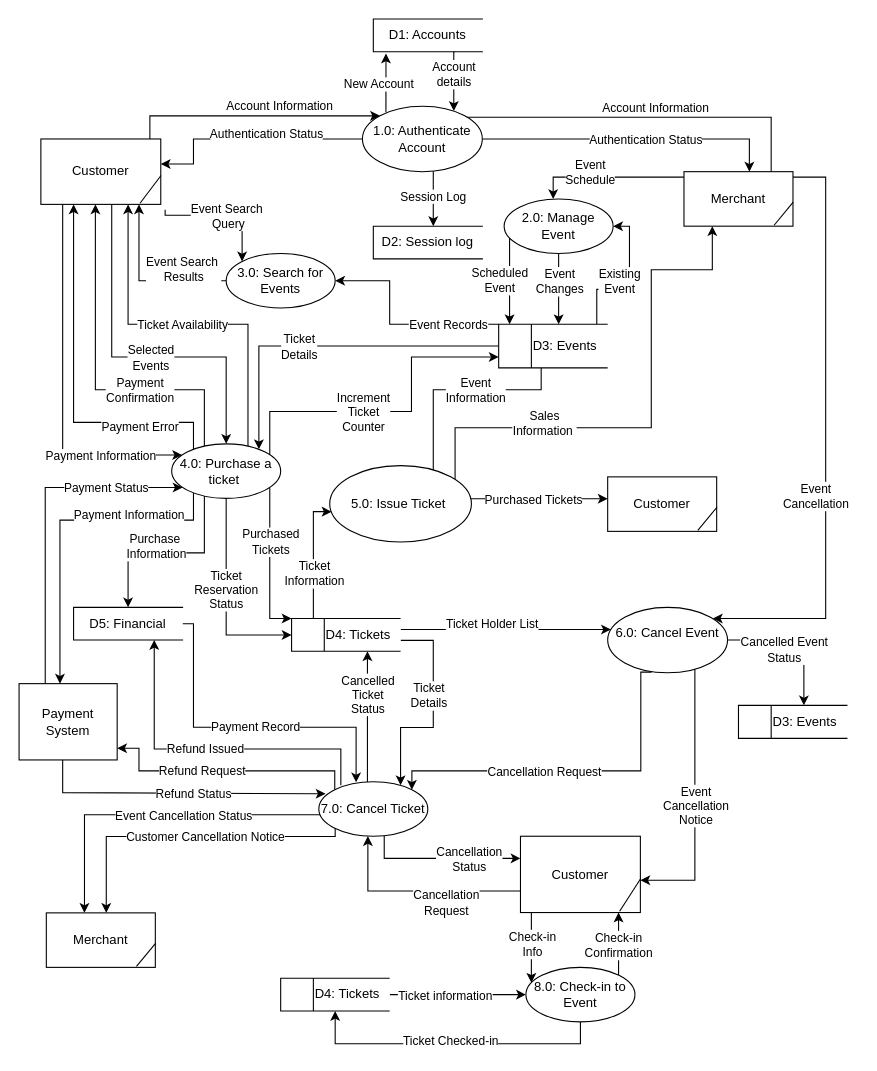
Before: page "Level 1 Diagram" (2 of 10) of ITEC 630 DFD Ticket Mangement System .drawio in SteveWChang/UMGC-ITEC--630-Ticketing-System-Modeling-and-Analysis, a draw.io diagram. Source tidied: cells renumbered, new cells numbered last; positions are measured from the earlier drawing's top-left corner, leaving out a move shared by most shapes. Both pictures are drawn from the tidied source at 109%, with x=0, y=0 at pixel (19, 19).
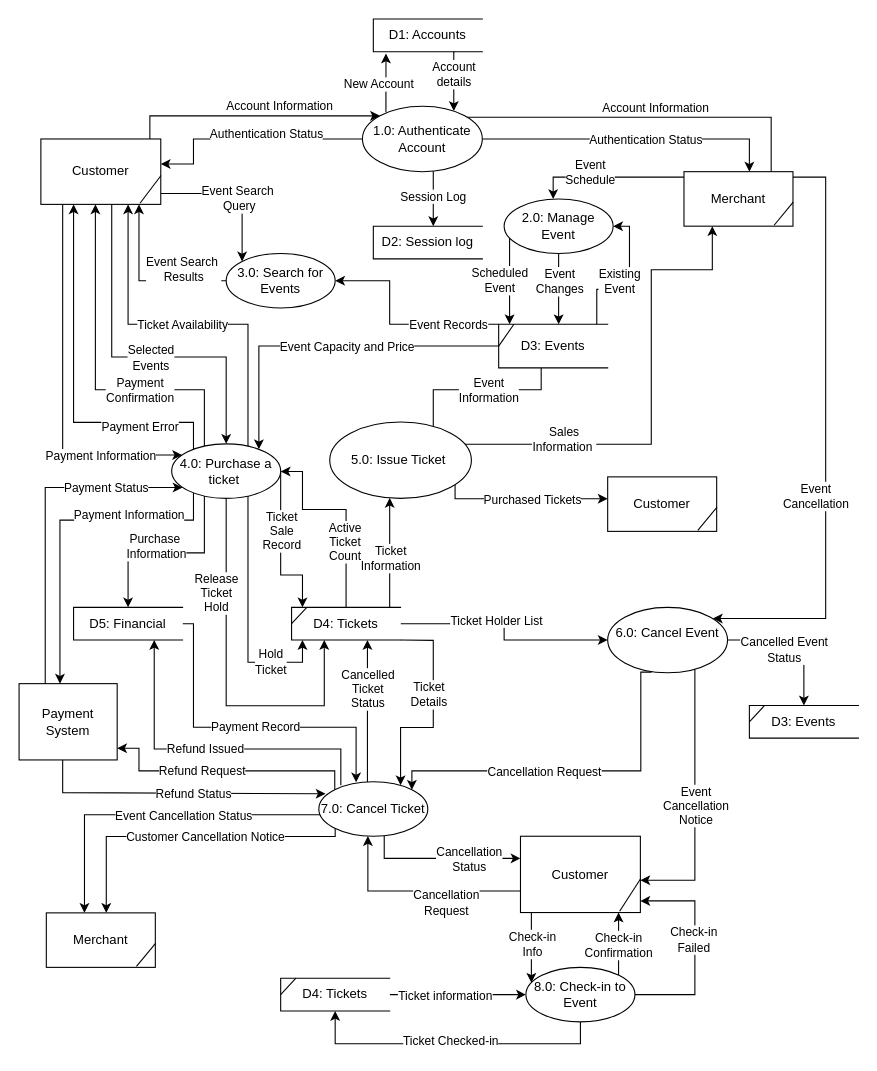
Above is the later version.

The change refers to these unchanged cells:
```xml
<mxCell id="12" value="2.0: Manage Event" style="shape=ellipse;html=1;dashed=0;whiteSpace=wrap;perimeter=ellipsePerimeter;" parent="1" vertex="1">
  <mxGeometry x="445" y="165" width="100" height="50" as="geometry" />
</mxCell>
<mxCell id="33" value="4.0: Purchase a ticket&amp;nbsp;" style="shape=ellipse;html=1;dashed=0;whiteSpace=wrap;perimeter=ellipsePerimeter;" parent="1" vertex="1">
  <mxGeometry x="140" y="389.7" width="100" height="50" as="geometry" />
</mxCell>
<mxCell id="53" value="3.0: Search for Events" style="shape=ellipse;html=1;dashed=0;whiteSpace=wrap;perimeter=ellipsePerimeter;" parent="1" vertex="1">
  <mxGeometry x="190" y="215" width="100" height="50" as="geometry" />
</mxCell>
<mxCell id="77" value="&lt;div&gt;7.0: Cancel Ticket&lt;/div&gt;" style="shape=ellipse;html=1;dashed=0;whiteSpace=wrap;perimeter=ellipsePerimeter;" parent="1" vertex="1">
  <mxGeometry x="275" y="699.7" width="100" height="50" as="geometry" />
</mxCell>
<mxCell id="84" value="&lt;div&gt;6.0: Cancel Event&lt;/div&gt;&lt;div&gt;&lt;br&gt;&lt;/div&gt;" style="shape=ellipse;html=1;dashed=0;whiteSpace=wrap;perimeter=ellipsePerimeter;" parent="1" vertex="1">
  <mxGeometry x="540" y="539.7" width="110" height="60" as="geometry" />
</mxCell>
<mxCell id="110" value="Customer" style="html=1;dashed=0;whiteSpace=wrap;" parent="109" vertex="1">
  <mxGeometry width="110" height="60" as="geometry" />
</mxCell>
<mxCell id="113" value="Customer" style="html=1;dashed=0;whiteSpace=wrap;" parent="112" vertex="1">
  <mxGeometry width="100" height="50" as="geometry" />
</mxCell>
<mxCell id="116" value="Customer" style="html=1;dashed=0;whiteSpace=wrap;" parent="115" vertex="1">
  <mxGeometry width="110" height="70" as="geometry" />
</mxCell>
<mxCell id="122" value="Merchant" style="html=1;dashed=0;whiteSpace=wrap;" parent="121" vertex="1">
  <mxGeometry width="100" height="50" as="geometry" />
</mxCell>
<mxCell id="128" value="&lt;div&gt;8.0: Check-in to Event&lt;/div&gt;" style="shape=ellipse;html=1;dashed=0;whiteSpace=wrap;perimeter=ellipsePerimeter;" parent="1" vertex="1">
  <mxGeometry x="465" y="870" width="100" height="50" as="geometry" />
</mxCell>
```

The edit, as a diff of the source:
```diff
@@
-    <mxCell id="8" style="edgeStyle=orthogonalEdgeStyle;rounded=0;jettySize=auto;html=1;" parent="1" edge="1" source="12" target="104">
+    <mxCell id="8" style="edgeStyle=orthogonalEdgeStyle;rounded=0;jettySize=auto;html=1;" parent="1" edge="1" source="12" target="143">
       <mxGeometry relative="1" as="geometry">
         <Array as="points">
-          <mxPoint x="450" y="250" />
-          <mxPoint x="450" y="250" />
+          <mxPoint x="450" y="240" />
+          <mxPoint x="450" y="240" />
         </Array>
       </mxGeometry>
     </mxCell>
@@
-    <mxCell id="10" style="edgeStyle=orthogonalEdgeStyle;rounded=0;jettySize=auto;html=1;" parent="1" edge="1" source="12" target="104">
+    <mxCell id="10" style="edgeStyle=orthogonalEdgeStyle;rounded=0;jettySize=auto;html=1;" parent="1" edge="1" source="12" target="143">
       <mxGeometry x="-0.31" relative="1" as="geometry">
         <Array as="points">
-          <mxPoint x="495" y="260" />
-          <mxPoint x="495" y="260" />
+          <mxPoint x="495" y="270" />
+          <mxPoint x="495" y="270" />
         </Array>
       </mxGeometry>
     </mxCell>
@@
-    <mxCell id="13" style="edgeStyle=orthogonalEdgeStyle;rounded=0;jettySize=auto;html=1;entryX=1;entryY=0;entryDx=0;entryDy=0;" parent="1" edge="1" source="104" target="50">
+    <mxCell id="13" style="edgeStyle=orthogonalEdgeStyle;rounded=0;jettySize=auto;html=1;entryX=1;entryY=0;entryDx=0;entryDy=0;" parent="1" edge="1" source="143" target="50">
       <mxGeometry x="0.03" relative="1" as="geometry">
         <Array as="points">
           <mxPoint x="479" y="340" />
           <mxPoint x="380" y="340" />
           <mxPoint x="380" y="420" />
         </Array>
       </mxGeometry>
     </mxCell>
     <mxCell id="14" value="&lt;div&gt;Event&lt;/div&gt;&lt;div&gt;Information&lt;/div&gt;" style="edgeLabel;html=1;align=center;verticalAlign=middle;" parent="13" vertex="1">
       <mxGeometry x="0.03" relative="1" as="geometry">
-        <mxPoint x="30" as="offset" />
+        <mxPoint x="50" y="-12" as="offset" />
       </mxGeometry>
     </mxCell>
-    <mxCell id="15" style="edgeStyle=orthogonalEdgeStyle;rounded=0;jettySize=auto;html=1;strokeWidth=1;entryX=1;entryY=0.5;entryDx=0;entryDy=0;" parent="1" edge="1" source="104" target="53">
+    <mxCell id="15" style="edgeStyle=orthogonalEdgeStyle;rounded=0;jettySize=auto;html=1;strokeWidth=1;entryX=1;entryY=0.5;entryDx=0;entryDy=0;" parent="1" edge="1" source="143" target="53">
       <mxGeometry x="-0.02" relative="1" as="geometry">
         <Array as="points">
           <mxPoint x="340" y="280" />
           <mxPoint x="340" y="240" />
         </Array>
       </mxGeometry>
     </mxCell>
@@
-    <mxCell id="17" style="edgeStyle=orthogonalEdgeStyle;rounded=0;jettySize=auto;html=1;" parent="1" edge="1" source="104" target="33">
+    <mxCell id="17" style="edgeStyle=orthogonalEdgeStyle;rounded=0;jettySize=auto;html=1;" parent="1" edge="1" source="143" target="33">
       <mxGeometry x="0.08" relative="1" as="geometry">
         <Array as="points">
           <mxPoint x="220" y="300" />
         </Array>
       </mxGeometry>
     </mxCell>
-    <mxCell id="18" value="&lt;div&gt;Ticket&lt;/div&gt;&lt;div&gt;Details&lt;/div&gt;" style="edgeLabel;html=1;align=center;verticalAlign=middle;" parent="17" vertex="1">
+    <mxCell id="18" value="&lt;div&gt;Event Capacity and Price&lt;/div&gt;" style="edgeLabel;html=1;align=center;verticalAlign=middle;" parent="17" vertex="1">
       <mxGeometry x="-0.19" y="1" relative="1" as="geometry">
-        <mxPoint x="-57" y="-1" as="offset" />
+        <mxPoint x="-13" y="-1" as="offset" />
       </mxGeometry>
     </mxCell>
-    <mxCell id="19" style="edgeStyle=orthogonalEdgeStyle;rounded=0;jettySize=auto;html=1;" parent="1" edge="1" source="104" target="12">
+    <mxCell id="19" style="edgeStyle=orthogonalEdgeStyle;rounded=0;jettySize=auto;html=1;" parent="1" edge="1" source="143" target="12">
       <mxGeometry x="-0.64" relative="1" as="geometry">
         <Array as="points">
           <mxPoint x="530" y="248" />
           <mxPoint x="560" y="248" />
           <mxPoint x="560" y="190" />
         </Array>
       </mxGeometry>
     </mxCell>
@@
-    <mxCell id="25" style="edgeStyle=orthogonalEdgeStyle;rounded=0;jettySize=auto;html=1;" parent="1" edge="1" source="33" target="105">
+    <mxCell id="25" style="edgeStyle=orthogonalEdgeStyle;rounded=0;jettySize=auto;html=1;" parent="1" edge="1" source="33" target="137">
       <mxGeometry x="-0.61" relative="1" as="geometry">
         <Array as="points">
-          <mxPoint x="230" y="550" />
+          <mxPoint x="240" y="510" />
+          <mxPoint x="260" y="510" />
         </Array>
       </mxGeometry>
     </mxCell>
-    <mxCell id="26" value="&lt;div&gt;Purchased&lt;/div&gt;&lt;div&gt;Tickets&lt;/div&gt;" style="edgeLabel;html=1;align=center;verticalAlign=middle;" parent="25" vertex="1">
+    <mxCell id="26" value="&lt;div&gt;Ticket&lt;/div&gt;&lt;div&gt;Sale&lt;/div&gt;&lt;div&gt;Record&lt;/div&gt;" style="edgeLabel;html=1;align=center;verticalAlign=middle;" parent="25" vertex="1">
       <mxGeometry x="-0.64" relative="1" as="geometry">
-        <mxPoint y="25" as="offset" />
+        <mxPoint y="29" as="offset" />
       </mxGeometry>
     </mxCell>
@@
-    <mxCell id="29" style="edgeStyle=orthogonalEdgeStyle;rounded=0;jettySize=auto;html=1;" parent="1" edge="1" source="33" target="105">
+    <mxCell id="29" style="edgeStyle=orthogonalEdgeStyle;rounded=0;jettySize=auto;html=1;" parent="1" edge="1" source="33" target="137">
       <mxGeometry relative="1" as="geometry">
         <Array as="points">
-          <mxPoint x="190" y="565" />
+          <mxPoint x="210" y="590" />
+          <mxPoint x="260" y="590" />
         </Array>
       </mxGeometry>
     </mxCell>
-    <mxCell id="30" value="&lt;div&gt;Ticket&lt;/div&gt;&lt;div&gt;Reservation&lt;/div&gt;&lt;div&gt;Status&lt;/div&gt;" style="edgeLabel;html=1;align=center;verticalAlign=middle;" parent="29" vertex="1">
-      <mxGeometry x="-0.09" y="-1" relative="1" as="geometry" />
+    <mxCell id="30" value="Hold&lt;div&gt;Ticket&lt;/div&gt;" style="edgeLabel;html=1;align=center;verticalAlign=middle;" parent="29" vertex="1">
+      <mxGeometry x="-0.09" y="-1" relative="1" as="geometry">
+        <mxPoint x="21" y="51" as="offset" />
+      </mxGeometry>
     </mxCell>
-    <mxCell id="31" style="edgeStyle=orthogonalEdgeStyle;rounded=0;jettySize=auto;html=1;" parent="1" edge="1" source="33" target="104">
-      <mxGeometry x="-0.05" relative="1" as="geometry">
-        <Array as="points">
-          <mxPoint x="230" y="360" />
-          <mxPoint x="360" y="360" />
-          <mxPoint x="360" y="310" />
-        </Array>
-      </mxGeometry>
-    </mxCell>
-    <mxCell id="32" value="&lt;div&gt;Increment&lt;/div&gt;&lt;div&gt;Ticket&lt;/div&gt;&lt;div&gt;Counter&lt;/div&gt;" style="edgeLabel;html=1;align=center;verticalAlign=middle;" parent="31" vertex="1">
-      <mxGeometry x="-0.12" relative="1" as="geometry">
-        <mxPoint x="-7" as="offset" />
-      </mxGeometry>
-    </mxCell>
+    <mxCell id="131" style="edgeStyle=orthogonalEdgeStyle;rounded=0;jettySize=auto;html=1;" parent="1" edge="1" source="33" target="137">
+      <mxGeometry relative="1" as="geometry">
+        <Array as="points">
+          <mxPoint x="190" y="630" />
+          <mxPoint x="280" y="630" />
+        </Array>
+      </mxGeometry>
+    </mxCell>
+    <mxCell id="132" value="Release&lt;div&gt;Ticket&lt;/div&gt;&lt;div&gt;Hold&lt;/div&gt;" style="edgeLabel;html=1;align=center;verticalAlign=middle;" parent="131" vertex="1">
+      <mxGeometry x="-0.49" y="-2" relative="1" as="geometry">
+        <mxPoint x="-8" as="offset" />
+      </mxGeometry>
+    </mxCell>
@@
-    <mxCell id="36" style="edgeStyle=orthogonalEdgeStyle;rounded=0;jettySize=auto;html=1;entryX=0;entryY=0;entryDx=0;entryDy=0;" parent="1" edge="1" target="53">
+    <mxCell id="36" style="edgeStyle=orthogonalEdgeStyle;rounded=0;jettySize=auto;html=1;entryX=0;entryY=0;entryDx=0;entryDy=0;" parent="1" edge="1" source="110" target="53">
       <mxGeometry x="0.62" relative="1" as="geometry">
-        <mxPoint x="134" y="175" as="sourcePoint" />
         <Array as="points">
-          <mxPoint x="134" y="180" />
-          <mxPoint x="205" y="180" />
+          <mxPoint x="205" y="160" />
         </Array>
       </mxGeometry>
     </mxCell>
@@
-    <mxCell id="46" style="edgeStyle=orthogonalEdgeStyle;rounded=0;jettySize=auto;html=1;exitX=0;exitY=0;exitDx=0;exitDy=0;strokeWidth=1;" parent="1" edge="1" source="50" target="113">
+    <mxCell id="46" style="edgeStyle=orthogonalEdgeStyle;rounded=0;jettySize=auto;html=1;strokeWidth=1;" parent="1" edge="1" source="50" target="113">
       <mxGeometry x="-0.47" relative="1" as="geometry">
         <Array as="points">
-          <mxPoint x="304" y="440" />
+          <mxPoint x="400" y="440" />
         </Array>
       </mxGeometry>
     </mxCell>
     <mxCell id="47" value="Purchased Tickets" style="edgeLabel;html=1;align=center;verticalAlign=middle;" parent="46" vertex="1">
       <mxGeometry x="-0.53" y="1" relative="1" as="geometry">
-        <mxPoint x="128" y="1" as="offset" />
+        <mxPoint x="47" y="1" as="offset" />
       </mxGeometry>
     </mxCell>
     <mxCell id="48" style="edgeStyle=orthogonalEdgeStyle;rounded=0;jettySize=auto;html=1;" parent="1" edge="1" source="50" target="122">
       <mxGeometry x="-0.26" relative="1" as="geometry">
         <Array as="points">
-          <mxPoint x="400" y="375" />
-          <mxPoint x="580" y="375" />
+          <mxPoint x="580" y="390" />
           <mxPoint x="580" y="230" />
           <mxPoint x="636" y="230" />
         </Array>
       </mxGeometry>
     </mxCell>
     <mxCell id="49" value="Sales&lt;div&gt;Information&amp;nbsp;&lt;/div&gt;" style="edgeLabel;html=1;align=center;verticalAlign=middle;" parent="48" vertex="1">
       <mxGeometry x="-0.78" y="1" relative="1" as="geometry">
-        <mxPoint x="77" y="-4" as="offset" />
+        <mxPoint x="44" y="-4" as="offset" />
       </mxGeometry>
     </mxCell>
     <mxCell id="50" value="5.0: Issue Ticket&amp;nbsp;" style="shape=ellipse;html=1;dashed=0;whiteSpace=wrap;perimeter=ellipsePerimeter;" parent="1" vertex="1">
-      <mxGeometry x="285" y="409.7" width="130" height="70" as="geometry" />
+      <mxGeometry x="285" y="369.7" width="130" height="70" as="geometry" />
     </mxCell>
@@
-    <mxCell id="75" style="edgeStyle=orthogonalEdgeStyle;rounded=0;jettySize=auto;html=1;exitX=0.446;exitY=0.02;exitDx=0;exitDy=0;exitPerimeter=0;" parent="1" edge="1" source="77" target="105">
+    <mxCell id="75" style="edgeStyle=orthogonalEdgeStyle;rounded=0;jettySize=auto;html=1;exitX=0.446;exitY=0.02;exitDx=0;exitDy=0;exitPerimeter=0;" parent="1" edge="1" source="77" target="137">
       <mxGeometry x="0.01" relative="1" as="geometry">
         <Array as="points">
           <mxPoint x="320" y="640" />
           <mxPoint x="320" y="640" />
         </Array>
       </mxGeometry>
     </mxCell>
@@
-    <mxCell id="85" style="edgeStyle=orthogonalEdgeStyle;rounded=0;jettySize=auto;html=1;" parent="1" edge="1" source="84" target="103">
+    <mxCell id="85" style="edgeStyle=orthogonalEdgeStyle;rounded=0;jettySize=auto;html=1;" parent="1" edge="1" source="84" target="141">
       <mxGeometry x="-0.04" relative="1" as="geometry">
         <Array as="points">
           <mxPoint x="720" y="570" />
         </Array>
       </mxGeometry>
     </mxCell>
@@
-    <mxCell id="91" style="edgeStyle=orthogonalEdgeStyle;rounded=0;jettySize=auto;html=1;entryX=0.013;entryY=0.603;entryDx=0;entryDy=0;entryPerimeter=0;" parent="1" edge="1" source="105" target="50">
+    <mxCell id="91" style="edgeStyle=orthogonalEdgeStyle;rounded=0;jettySize=auto;html=1;" parent="1" edge="1" source="137" target="50">
       <mxGeometry x="-0.02" relative="1" as="geometry">
         <Array as="points">
-          <mxPoint x="270" y="452" />
+          <mxPoint x="340" y="510" />
+          <mxPoint x="340" y="510" />
         </Array>
       </mxGeometry>
     </mxCell>
     <mxCell id="92" value="&lt;div&gt;Ticket&lt;/div&gt;&lt;div&gt;Information&lt;/div&gt;" style="edgeLabel;html=1;align=center;verticalAlign=middle;" parent="91" vertex="1">
       <mxGeometry x="-0.25" y="-1" relative="1" as="geometry">
-        <mxPoint x="-1" y="1" as="offset" />
+        <mxPoint x="-1" y="-7" as="offset" />
       </mxGeometry>
     </mxCell>
-    <mxCell id="93" style="edgeStyle=orthogonalEdgeStyle;rounded=0;jettySize=auto;html=1;entryX=0.75;entryY=0.065;entryDx=0;entryDy=0;entryPerimeter=0;" parent="1" edge="1" source="105" target="77">
+    <mxCell id="93" style="edgeStyle=orthogonalEdgeStyle;rounded=0;jettySize=auto;html=1;entryX=0.75;entryY=0.065;entryDx=0;entryDy=0;entryPerimeter=0;" parent="1" edge="1" source="137" target="77">
       <mxGeometry x="-0.03" relative="1" as="geometry">
         <Array as="points">
+          <mxPoint x="350" y="570" />
           <mxPoint x="380" y="570" />
           <mxPoint x="380" y="650" />
           <mxPoint x="350" y="650" />
         </Array>
       </mxGeometry>
     </mxCell>
@@
-    <mxCell id="97" style="edgeStyle=orthogonalEdgeStyle;rounded=0;jettySize=auto;html=1;" parent="1" edge="1" source="105" target="84">
-      <mxGeometry x="-0.07" relative="1" as="geometry">
-        <Array as="points">
-          <mxPoint x="510" y="560" />
-          <mxPoint x="510" y="560" />
-        </Array>
-      </mxGeometry>
+    <mxCell id="97" style="edgeStyle=orthogonalEdgeStyle;rounded=0;jettySize=auto;html=1;" parent="1" edge="1" source="137" target="84">
+      <mxGeometry x="-0.07" relative="1" as="geometry" />
     </mxCell>
@@
-    <mxCell id="103" value="&lt;span style=&quot;white-space: pre;&quot;&gt;&#9;&lt;/span&gt;D3: Events" style="html=1;dashed=0;whiteSpace=wrap;shape=mxgraph.dfd.dataStoreID;align=left;spacingLeft=3;points=[[0,0],[0.5,0],[1,0],[0,0.5],[1,0.5],[0,1],[0.5,1],[1,1]];" parent="1" vertex="1">
-      <mxGeometry x="660" y="629.6" width="100" height="30.3" as="geometry" />
-    </mxCell>
-    <mxCell id="104" value="&lt;span style=&quot;white-space: pre;&quot;&gt;&#9;&lt;/span&gt;D3: Events" style="html=1;dashed=0;whiteSpace=wrap;shape=mxgraph.dfd.dataStoreID;align=left;spacingLeft=3;points=[[0,0],[0.5,0],[1,0],[0,0.5],[1,0.5],[0,1],[0.5,1],[1,1]];" parent="1" vertex="1">
-      <mxGeometry x="440" y="280" width="100" height="40" as="geometry" />
-    </mxCell>
-    <mxCell id="105" value="&lt;span style=&quot;white-space: pre;&quot;&gt;&#9;&lt;/span&gt;D4: Tickets" style="html=1;dashed=0;whiteSpace=wrap;shape=mxgraph.dfd.dataStoreID;align=left;spacingLeft=3;points=[[0,0],[0.5,0],[1,0],[0,0.5],[1,0.5],[0,1],[0.5,1],[1,1]];" parent="1" vertex="1">
-      <mxGeometry x="250" y="550" width="100" height="30" as="geometry" />
-    </mxCell>
-    <mxCell id="106" style="edgeStyle=orthogonalEdgeStyle;rounded=0;jettySize=auto;html=1;" parent="1" edge="1" source="108" target="128">
+    <mxCell id="106" style="edgeStyle=orthogonalEdgeStyle;rounded=0;jettySize=auto;html=1;" parent="1" edge="1" source="139" target="128">
       <mxGeometry relative="1" as="geometry" />
     </mxCell>
@@
-    <mxCell id="108" value="&lt;span style=&quot;white-space: pre;&quot;&gt;&#9;&lt;/span&gt;D4: Tickets" style="html=1;dashed=0;whiteSpace=wrap;shape=mxgraph.dfd.dataStoreID;align=left;spacingLeft=3;points=[[0,0],[0.5,0],[1,0],[0,0.5],[1,0.5],[0,1],[0.5,1],[1,1]];" parent="1" vertex="1">
-      <mxGeometry x="240" y="880" width="100" height="30" as="geometry" />
-    </mxCell>
@@
-    <mxCell id="126" style="edgeStyle=orthogonalEdgeStyle;rounded=0;jettySize=auto;html=1;" parent="1" edge="1" source="128" target="108">
+    <mxCell id="126" style="edgeStyle=orthogonalEdgeStyle;rounded=0;jettySize=auto;html=1;" parent="1" edge="1" source="128" target="139">
       <mxGeometry relative="1" as="geometry">
         <Array as="points">
           <mxPoint x="515" y="940" />
           <mxPoint x="290" y="940" />
         </Array>
       </mxGeometry>
     </mxCell>
@@
+    <mxCell id="133" style="edgeStyle=orthogonalEdgeStyle;rounded=0;jettySize=auto;html=1;" parent="1" edge="1" source="128" target="116">
+      <mxGeometry relative="1" as="geometry">
+        <Array as="points">
+          <mxPoint x="620" y="895" />
+          <mxPoint x="620" y="809" />
+        </Array>
+      </mxGeometry>
+    </mxCell>
+    <mxCell id="134" value="Check-in&lt;div&gt;Failed&lt;/div&gt;" style="edgeLabel;html=1;align=center;verticalAlign=middle;" parent="133" vertex="1">
+      <mxGeometry x="0.2" y="2" relative="1" as="geometry">
+        <mxPoint y="9" as="offset" />
+      </mxGeometry>
+    </mxCell>
+    <mxCell id="135" style="edgeStyle=orthogonalEdgeStyle;rounded=0;jettySize=auto;html=1;" parent="1" edge="1" source="137" target="33">
+      <mxGeometry relative="1" as="geometry">
+        <Array as="points">
+          <mxPoint x="300" y="450" />
+          <mxPoint x="260" y="450" />
+          <mxPoint x="260" y="415" />
+        </Array>
+      </mxGeometry>
+    </mxCell>
+    <mxCell id="136" value="Active&lt;div&gt;Ticket&lt;/div&gt;&lt;div&gt;Count&lt;/div&gt;" style="edgeLabel;html=1;align=center;verticalAlign=middle;" parent="135" vertex="1">
+      <mxGeometry x="-0.43" y="2" relative="1" as="geometry">
+        <mxPoint y="-7" as="offset" />
+      </mxGeometry>
+    </mxCell>
+    <mxCell id="137" value="D4: Tickets" style="html=1;dashed=0;whiteSpace=wrap;shape=partialRectangle;right=0;" parent="1" vertex="1">
+      <mxGeometry x="250" y="539.7" width="100" height="30" as="geometry" />
+    </mxCell>
+    <mxCell id="138" style="endArrow=none;html=1;rounded=0;exitX=0.14;exitY=-0.001;exitDx=0;exitDy=0;entryX=0;entryY=0.5;entryDx=0;entryDy=0;exitPerimeter=0;" parent="1" edge="1" source="137" target="137">
+      <mxGeometry relative="1" as="geometry" />
+    </mxCell>
+    <mxCell id="139" value="D4: Tickets" style="html=1;dashed=0;whiteSpace=wrap;shape=partialRectangle;right=0;" parent="1" vertex="1">
+      <mxGeometry x="240" y="880" width="100" height="30" as="geometry" />
+    </mxCell>
+    <mxCell id="140" style="endArrow=none;html=1;rounded=0;exitX=0.14;exitY=-0.001;exitDx=0;exitDy=0;entryX=0;entryY=0.5;entryDx=0;entryDy=0;exitPerimeter=0;" parent="1" edge="1" source="139" target="139">
+      <mxGeometry relative="1" as="geometry" />
+    </mxCell>
+    <mxCell id="141" value="D3: Events" style="html=1;dashed=0;whiteSpace=wrap;shape=partialRectangle;right=0;" parent="1" vertex="1">
+      <mxGeometry x="670" y="629.7" width="100" height="30" as="geometry" />
+    </mxCell>
+    <mxCell id="142" style="endArrow=none;html=1;rounded=0;exitX=0.14;exitY=-0.001;exitDx=0;exitDy=0;entryX=0;entryY=0.5;entryDx=0;entryDy=0;exitPerimeter=0;" parent="1" edge="1" source="141" target="141">
+      <mxGeometry relative="1" as="geometry" />
+    </mxCell>
+    <mxCell id="143" value="D3: Events" style="html=1;dashed=0;whiteSpace=wrap;shape=partialRectangle;right=0;" parent="1" vertex="1">
+      <mxGeometry x="440" y="280" width="100" height="40" as="geometry" />
+    </mxCell>
+    <mxCell id="144" style="endArrow=none;html=1;rounded=0;exitX=0.14;exitY=-0.001;exitDx=0;exitDy=0;entryX=0;entryY=0.5;entryDx=0;entryDy=0;exitPerimeter=0;" parent="1" edge="1" source="143" target="143">
+      <mxGeometry relative="1" as="geometry" />
+    </mxCell>
```
